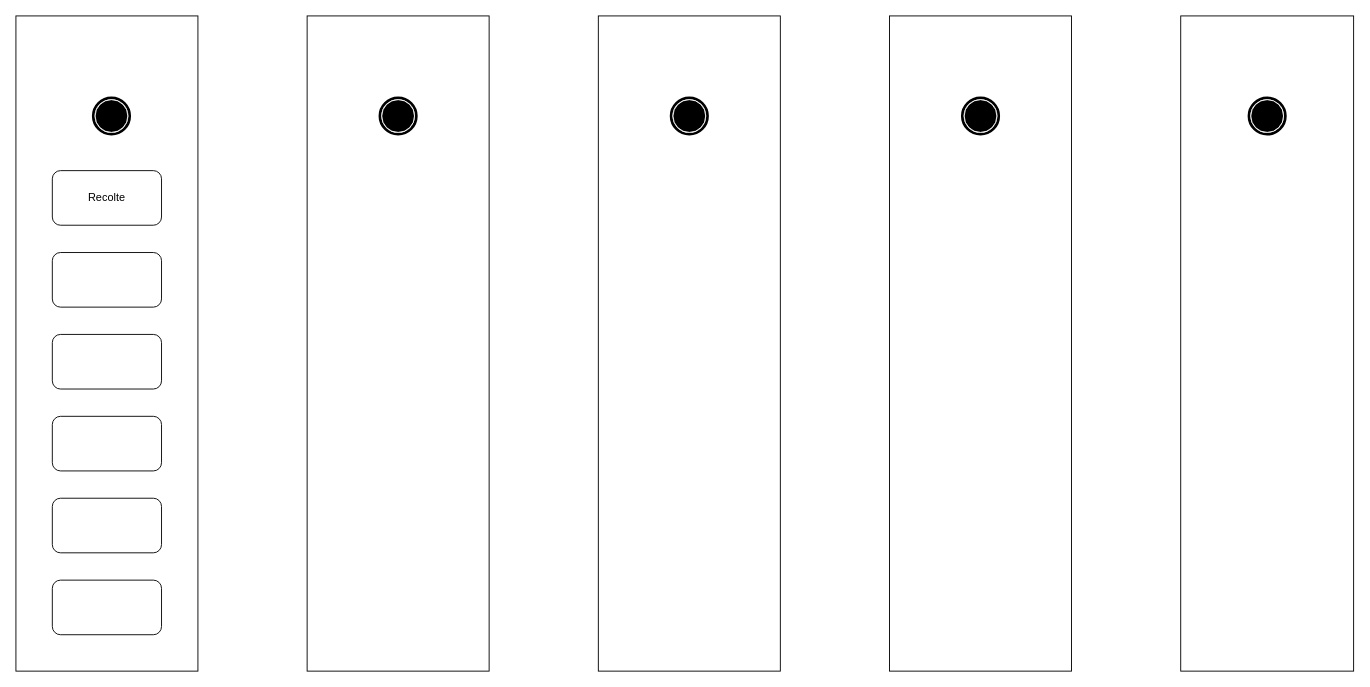
The draw.io diagram Untitled Diagram.drawio in loosker95/Diagramme-d-activiter, before the edit. Source tidied: cells renumbered, new cells numbered last; positions are measured from the earlier drawing's top-left corner, leaving out a move shared by most shapes. Both pictures are drawn from the tidied source at 91%, with x=0, y=0 at pixel (15, 15).
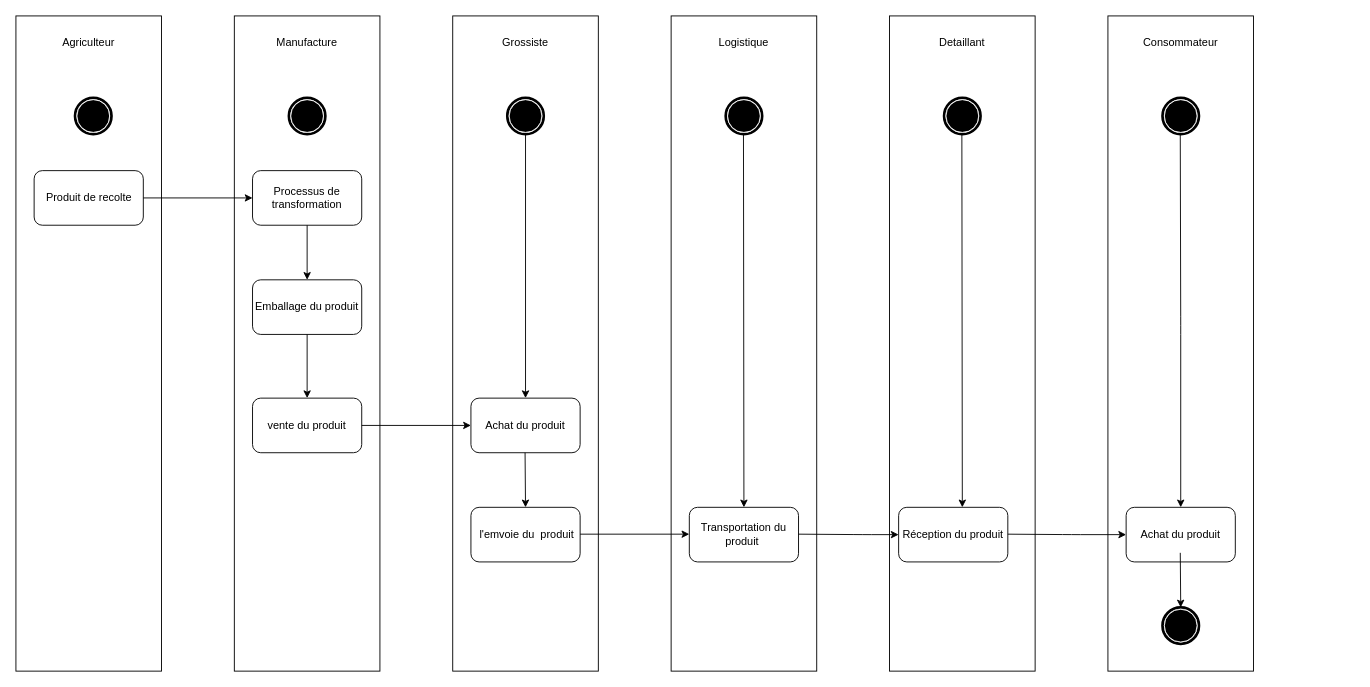
The same diagram, later.

The edit, as a diff of the source:
```diff
@@
     <mxCell id="2" style="rounded=0;whiteSpace=wrap;html=1;" parent="1" vertex="1">
-      <mxGeometry width="200" height="720" as="geometry" />
+      <mxGeometry width="160" height="720" as="geometry" />
     </mxCell>
     <mxCell id="3" style="rounded=0;whiteSpace=wrap;html=1;" parent="1" vertex="1">
-      <mxGeometry x="320" width="200" height="720" as="geometry" />
+      <mxGeometry x="240" width="160" height="720" as="geometry" />
     </mxCell>
     <mxCell id="4" style="rounded=0;whiteSpace=wrap;html=1;" parent="1" vertex="1">
-      <mxGeometry x="640" width="200" height="720" as="geometry" />
+      <mxGeometry x="480" width="160" height="720" as="geometry" />
     </mxCell>
     <mxCell id="5" style="rounded=0;whiteSpace=wrap;html=1;" parent="1" vertex="1">
-      <mxGeometry x="960" width="200" height="720" as="geometry" />
+      <mxGeometry x="720" width="160" height="720" as="geometry" />
     </mxCell>
     <mxCell id="6" style="shape=mxgraph.bpmn.shape;html=1;verticalLabelPosition=bottom;labelBackgroundColor=#ffffff;verticalAlign=top;align=center;perimeter=ellipsePerimeter;outline=end;symbol=terminate;" parent="1" vertex="1">
-      <mxGeometry x="85" y="90" width="40" height="40" as="geometry" />
+      <mxGeometry x="65" y="90" width="40" height="40" as="geometry" />
     </mxCell>
     <mxCell id="7" style="rounded=1;whiteSpace=wrap;html=1;" parent="1" vertex="1">
-      <mxGeometry x="40" y="170" width="120" height="60" as="geometry" />
+      <mxGeometry x="20" y="170" width="120" height="60" as="geometry" />
     </mxCell>
-    <mxCell id="8" style="rounded=1;whiteSpace=wrap;html=1;" parent="1" vertex="1">
-      <mxGeometry x="40" y="260" width="120" height="60" as="geometry" />
-    </mxCell>
-    <mxCell id="9" style="rounded=1;whiteSpace=wrap;html=1;" parent="1" vertex="1">
-      <mxGeometry x="40" y="350" width="120" height="60" as="geometry" />
-    </mxCell>
-    <mxCell id="10" style="rounded=1;whiteSpace=wrap;html=1;" parent="1" vertex="1">
-      <mxGeometry x="40" y="440" width="120" height="60" as="geometry" />
-    </mxCell>
-    <mxCell id="11" style="rounded=1;whiteSpace=wrap;html=1;" parent="1" vertex="1">
-      <mxGeometry x="40" y="530" width="120" height="60" as="geometry" />
-    </mxCell>
-    <mxCell id="12" style="rounded=1;whiteSpace=wrap;html=1;" parent="1" vertex="1">
-      <mxGeometry x="40" y="620" width="120" height="60" as="geometry" />
-    </mxCell>
     <mxCell id="13" style="shape=mxgraph.bpmn.shape;html=1;verticalLabelPosition=bottom;labelBackgroundColor=#ffffff;verticalAlign=top;align=center;perimeter=ellipsePerimeter;outline=end;symbol=terminate;" parent="1" vertex="1">
-      <mxGeometry x="400" y="90" width="40" height="40" as="geometry" />
+      <mxGeometry x="300" y="90" width="40" height="40" as="geometry" />
     </mxCell>
     <mxCell id="14" style="shape=mxgraph.bpmn.shape;html=1;verticalLabelPosition=bottom;labelBackgroundColor=#ffffff;verticalAlign=top;align=center;perimeter=ellipsePerimeter;outlineConnect=0;outline=end;symbol=terminate;" parent="1" vertex="1">
-      <mxGeometry x="720" y="90" width="40" height="40" as="geometry" />
+      <mxGeometry x="540" y="90" width="40" height="40" as="geometry" />
     </mxCell>
     <mxCell id="15" style="shape=mxgraph.bpmn.shape;html=1;verticalLabelPosition=bottom;labelBackgroundColor=#ffffff;verticalAlign=top;align=center;perimeter=ellipsePerimeter;outline=end;symbol=terminate;" parent="1" vertex="1">
-      <mxGeometry x="1040" y="90" width="40" height="40" as="geometry" />
+      <mxGeometry x="780" y="90" width="40" height="40" as="geometry" />
     </mxCell>
     <mxCell id="16" style="rounded=0;whiteSpace=wrap;html=1;" parent="1" vertex="1">
-      <mxGeometry x="1280" width="190" height="720" as="geometry" />
+      <mxGeometry x="960" width="160" height="720" as="geometry" />
     </mxCell>
     <mxCell id="17" style="shape=mxgraph.bpmn.shape;html=1;verticalLabelPosition=bottom;labelBackgroundColor=#ffffff;verticalAlign=top;align=center;perimeter=ellipsePerimeter;outline=end;symbol=terminate;" parent="1" vertex="1">
-      <mxGeometry x="1355" y="90" width="40" height="40" as="geometry" />
+      <mxGeometry x="1020" y="90" width="40" height="40" as="geometry" />
     </mxCell>
-    <mxCell id="18" value="Recolte" style="text;html=1;strokeColor=none;fillColor=none;align=center;verticalAlign=middle;whiteSpace=wrap;rounded=0;" parent="1" vertex="1">
-      <mxGeometry x="80" y="190" width="40" height="20" as="geometry" />
+    <mxCell id="18" value="Produit de recolte" style="text;html=1;strokeColor=none;fillColor=none;align=center;verticalAlign=middle;whiteSpace=wrap;rounded=0;" parent="1" vertex="1">
+      <mxGeometry x="27.5" y="190" width="105" height="20" as="geometry" />
     </mxCell>
+    <mxCell id="19" value="Processus de transformation" style="rounded=1;whiteSpace=wrap;html=1;" parent="1" vertex="1">
+      <mxGeometry x="260" y="170" width="120" height="60" as="geometry" />
+    </mxCell>
+    <mxCell id="20" value="Emballage du produit" style="rounded=1;whiteSpace=wrap;html=1;" parent="1" vertex="1">
+      <mxGeometry x="260" y="290" width="120" height="60" as="geometry" />
+    </mxCell>
+    <mxCell id="21" value="vente du produit" style="rounded=1;whiteSpace=wrap;html=1;" parent="1" vertex="1">
+      <mxGeometry x="260" y="420" width="120" height="60" as="geometry" />
+    </mxCell>
+    <mxCell id="22" value="Agriculteur" style="text;html=1;strokeColor=none;fillColor=none;align=center;verticalAlign=middle;whiteSpace=wrap;rounded=0;" parent="1" vertex="1">
+      <mxGeometry x="60" y="20" width="40" height="20" as="geometry" />
+    </mxCell>
+    <mxCell id="23" style="rounded=0;whiteSpace=wrap;html=1;" parent="1" vertex="1">
+      <mxGeometry x="1200" width="160" height="720" as="geometry" />
+    </mxCell>
+    <mxCell id="24" style="shape=mxgraph.bpmn.shape;html=1;verticalLabelPosition=bottom;labelBackgroundColor=#ffffff;verticalAlign=top;align=center;perimeter=ellipsePerimeter;outline=end;symbol=terminate;" parent="1" vertex="1">
+      <mxGeometry x="1260" y="90" width="40" height="40" as="geometry" />
+    </mxCell>
+    <mxCell id="25" value="Detaillant" style="text;html=1;strokeColor=none;fillColor=none;align=center;verticalAlign=middle;whiteSpace=wrap;rounded=0;" parent="1" vertex="1">
+      <mxGeometry x="1020" y="20" width="40" height="20" as="geometry" />
+    </mxCell>
+    <mxCell id="26" style="endArrow=classic;html=1;entryX=0;entryY=0.5;entryDx=0;entryDy=0;exitX=1;exitY=0.5;exitDx=0;exitDy=0;" parent="1" edge="1" source="7" target="19">
+      <mxGeometry relative="1" as="geometry" />
+    </mxCell>
+    <mxCell id="27" value="Manufacture" style="text;html=1;strokeColor=none;fillColor=none;align=center;verticalAlign=middle;whiteSpace=wrap;rounded=0;" parent="1" vertex="1">
+      <mxGeometry x="300" y="20" width="40" height="20" as="geometry" />
+    </mxCell>
+    <mxCell id="28" value="Grossiste" style="text;html=1;strokeColor=none;fillColor=none;align=center;verticalAlign=middle;whiteSpace=wrap;rounded=0;" parent="1" vertex="1">
+      <mxGeometry x="540" y="20" width="40" height="20" as="geometry" />
+    </mxCell>
+    <mxCell id="29" value="Logistique" style="text;html=1;strokeColor=none;fillColor=none;align=center;verticalAlign=middle;whiteSpace=wrap;rounded=0;" parent="1" vertex="1">
+      <mxGeometry x="780" y="20" width="40" height="20" as="geometry" />
+    </mxCell>
+    <mxCell id="30" value="Consommateur" style="text;html=1;strokeColor=none;fillColor=none;align=center;verticalAlign=middle;whiteSpace=wrap;rounded=0;" parent="1" vertex="1">
+      <mxGeometry x="1260" y="20" width="40" height="20" as="geometry" />
+    </mxCell>
+    <mxCell id="31" style="endArrow=classic;html=1;entryX=0.5;entryY=0;entryDx=0;entryDy=0;exitX=0.5;exitY=1;exitDx=0;exitDy=0;" parent="1" edge="1" source="19" target="20">
+      <mxGeometry relative="1" as="geometry" />
+    </mxCell>
+    <mxCell id="32" style="endArrow=classic;html=1;" parent="1" edge="1" source="20" target="21">
+      <mxGeometry relative="1" as="geometry" />
+    </mxCell>
+    <mxCell id="33" style="endArrow=classic;html=1;exitX=0.5;exitY=1;exitDx=0;exitDy=0;entryX=0.5;entryY=0;entryDx=0;entryDy=0;" parent="1" edge="1" source="14" target="34">
+      <mxGeometry relative="1" as="geometry" />
+    </mxCell>
+    <mxCell id="34" value="Achat du produit" style="rounded=1;whiteSpace=wrap;html=1;" parent="1" vertex="1">
+      <mxGeometry x="500" y="420" width="120" height="60" as="geometry" />
+    </mxCell>
+    <mxCell id="35" style="endArrow=classic;html=1;exitX=1;exitY=0.5;exitDx=0;exitDy=0;" parent="1" edge="1" source="21">
+      <mxGeometry relative="1" as="geometry">
+        <mxPoint x="500" y="450" as="targetPoint" />
+      </mxGeometry>
+    </mxCell>
+    <mxCell id="36" value="&amp;nbsp;l'emvoie du&amp;nbsp; produit" style="rounded=1;whiteSpace=wrap;html=1;" parent="1" vertex="1">
+      <mxGeometry x="500" y="540" width="120" height="60" as="geometry" />
+    </mxCell>
+    <mxCell id="37" style="endArrow=classic;html=1;" parent="1" edge="1">
+      <mxGeometry relative="1" as="geometry">
+        <mxPoint x="559.5" y="480" as="sourcePoint" />
+        <mxPoint x="560" y="540" as="targetPoint" />
+      </mxGeometry>
+    </mxCell>
+    <mxCell id="38" style="endArrow=classic;html=1;exitX=0.5;exitY=1;exitDx=0;exitDy=0;entryX=0.5;entryY=0;entryDx=0;entryDy=0;" parent="1" edge="1" target="39">
+      <mxGeometry relative="1" as="geometry">
+        <mxPoint x="799.5" y="130" as="sourcePoint" />
+      </mxGeometry>
+    </mxCell>
+    <mxCell id="39" value="Transportation du produit&amp;nbsp;" style="rounded=1;whiteSpace=wrap;html=1;" parent="1" vertex="1">
+      <mxGeometry x="740" y="540" width="120" height="60" as="geometry" />
+    </mxCell>
+    <mxCell id="40" style="endArrow=classic;html=1;exitX=1;exitY=0.5;exitDx=0;exitDy=0;" parent="1" edge="1">
+      <mxGeometry relative="1" as="geometry">
+        <mxPoint x="620" y="569.5" as="sourcePoint" />
+        <mxPoint x="740" y="569.5" as="targetPoint" />
+      </mxGeometry>
+    </mxCell>
+    <mxCell id="41" value="Réception du produit" style="rounded=1;whiteSpace=wrap;html=1;" parent="1" vertex="1">
+      <mxGeometry x="970" y="540" width="120" height="60" as="geometry" />
+    </mxCell>
+    <mxCell id="42" style="endArrow=classic;html=1;exitX=1;exitY=0.5;exitDx=0;exitDy=0;" parent="1" edge="1">
+      <mxGeometry relative="1" as="geometry">
+        <mxPoint x="860" y="569.5" as="sourcePoint" />
+        <mxPoint x="970" y="570" as="targetPoint" />
+        <Array as="points">
+          <mxPoint x="930" y="570" />
+        </Array>
+      </mxGeometry>
+    </mxCell>
+    <mxCell id="43" style="endArrow=classic;html=1;exitX=0.5;exitY=1;exitDx=0;exitDy=0;entryX=0.5;entryY=0;entryDx=0;entryDy=0;" parent="1" edge="1">
+      <mxGeometry relative="1" as="geometry">
+        <mxPoint x="1039.5" y="130" as="sourcePoint" />
+        <mxPoint x="1040" y="540" as="targetPoint" />
+      </mxGeometry>
+    </mxCell>
+    <mxCell id="44" style="endArrow=classic;html=1;exitX=0.5;exitY=1;exitDx=0;exitDy=0;entryX=0.5;entryY=0;entryDx=0;entryDy=0;" parent="1" edge="1">
+      <mxGeometry relative="1" as="geometry">
+        <mxPoint x="1279.5" y="130" as="sourcePoint" />
+        <mxPoint x="1280" y="540" as="targetPoint" />
+        <Array as="points">
+          <mxPoint x="1280" y="340" />
+        </Array>
+      </mxGeometry>
+    </mxCell>
+    <mxCell id="45" value="Achat du produit" style="rounded=1;whiteSpace=wrap;html=1;" parent="1" vertex="1">
+      <mxGeometry x="1220" y="540" width="120" height="60" as="geometry" />
+    </mxCell>
+    <mxCell id="46" style="endArrow=classic;html=1;" parent="1" edge="1">
+      <mxGeometry relative="1" as="geometry">
+        <mxPoint x="1279.5" y="590" as="sourcePoint" />
+        <mxPoint x="1280" y="650" as="targetPoint" />
+      </mxGeometry>
+    </mxCell>
+    <mxCell id="47" style="shape=mxgraph.bpmn.shape;html=1;verticalLabelPosition=bottom;labelBackgroundColor=#ffffff;verticalAlign=top;align=center;perimeter=ellipsePerimeter;outline=end;symbol=terminate;" parent="1" vertex="1">
+      <mxGeometry x="1260" y="650" width="40" height="40" as="geometry" />
+    </mxCell>
+    <mxCell id="48" style="endArrow=classic;html=1;exitX=1;exitY=0.5;exitDx=0;exitDy=0;entryX=0;entryY=0.5;entryDx=0;entryDy=0;" parent="1" edge="1" target="45">
+      <mxGeometry relative="1" as="geometry">
+        <mxPoint x="1090" y="569.5" as="sourcePoint" />
+        <Array as="points">
+          <mxPoint x="1160" y="570" />
+        </Array>
+      </mxGeometry>
+    </mxCell>
```
